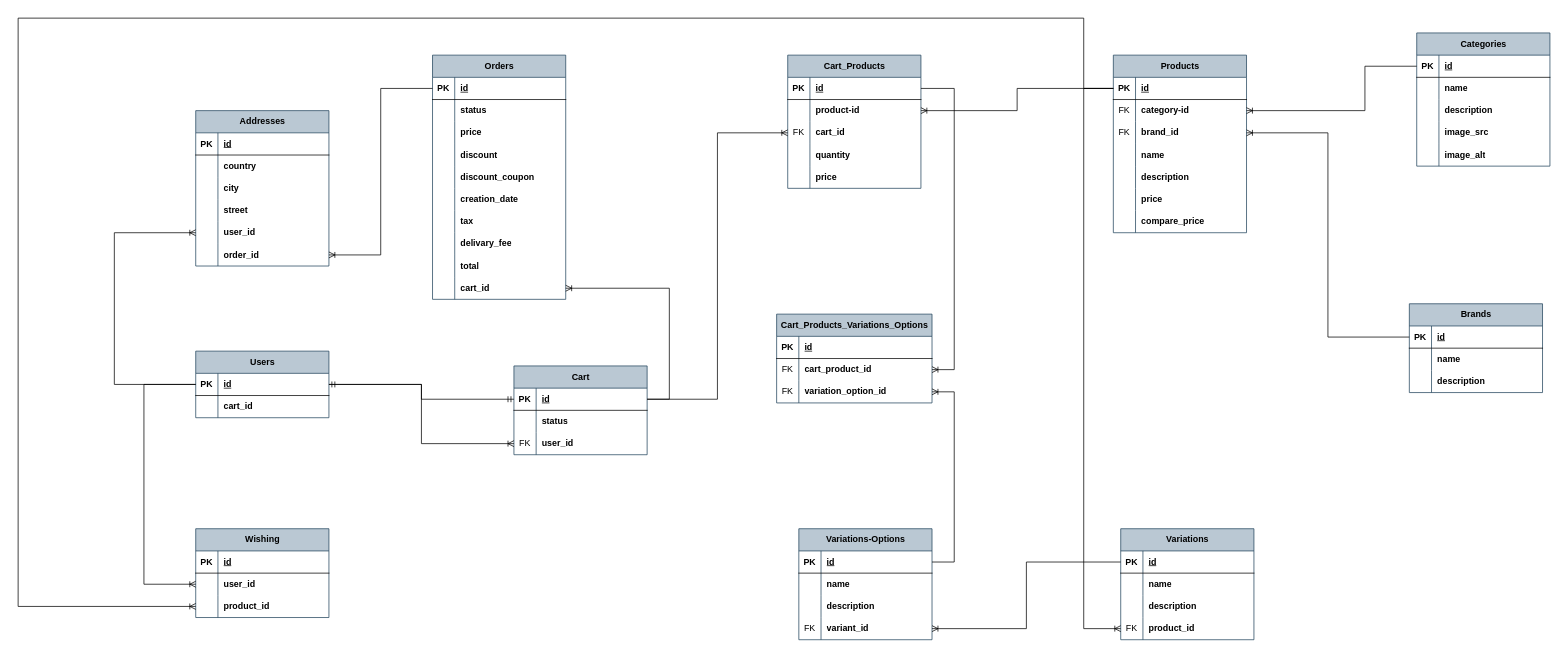
The draw.io diagram ecommerce-tap.drawio in ShahdKhader/shahd-kkhader-e-commerce-tap, before the edit. Source tidied: cells renumbered, new cells numbered last; positions are measured from the earlier drawing's top-left corner, leaving out a move shared by most shapes. Both pictures are drawn from the tidied source at 74%, with x=0, y=0 at pixel (18, 18).
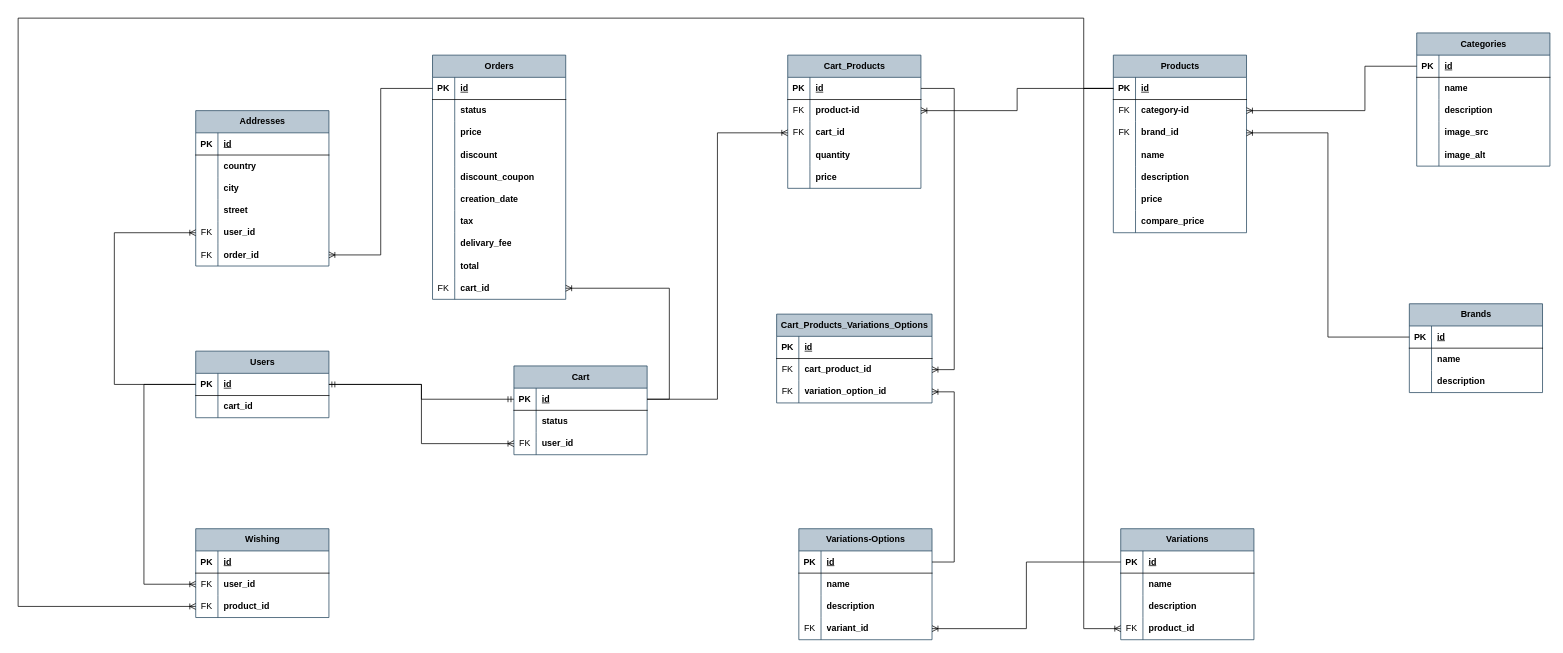
The same diagram, later.

Unchanged cells that the change refers to:
```xml
<mxCell id="28" style="shape=tableRow;horizontal=0;startSize=0;swimlaneHead=0;swimlaneBody=0;fillColor=none;points=[[0,0.5],[1,0.5]];portConstraint=eastwest;top=0;left=0;right=0;bottom=0;fontStyle=1;" parent="24" vertex="1">
  <mxGeometry y="60" width="180" height="30" as="geometry" />
</mxCell>
<mxCell id="104" style="shape=tableRow;horizontal=0;startSize=0;swimlaneHead=0;swimlaneBody=0;fillColor=none;points=[[0,0.5],[1,0.5]];portConstraint=eastwest;top=0;left=0;right=0;bottom=0;" parent="76" vertex="1">
  <mxGeometry y="300" width="180" height="30" as="geometry" />
</mxCell>
<mxCell id="137" style="shape=tableRow;horizontal=0;startSize=0;swimlaneHead=0;swimlaneBody=0;fillColor=none;points=[[0,0.5],[1,0.5]];portConstraint=eastwest;top=0;left=0;right=0;bottom=0;" parent="124" vertex="1">
  <mxGeometry y="150" width="180" height="30" as="geometry" />
</mxCell>
<mxCell id="140" style="shape=tableRow;horizontal=0;startSize=0;swimlaneHead=0;swimlaneBody=0;fillColor=none;points=[[0,0.5],[1,0.5]];portConstraint=eastwest;top=0;left=0;right=0;bottom=0;" parent="124" vertex="1">
  <mxGeometry y="180" width="180" height="30" as="geometry" />
</mxCell>
<mxCell id="147" style="shape=tableRow;horizontal=0;startSize=0;swimlaneHead=0;swimlaneBody=0;fillColor=none;points=[[0,0.5],[1,0.5]];portConstraint=eastwest;top=0;left=0;right=0;bottom=0;fontStyle=1;" parent="143" vertex="1">
  <mxGeometry y="60" width="180" height="30" as="geometry" />
</mxCell>
<mxCell id="150" style="shape=tableRow;horizontal=0;startSize=0;swimlaneHead=0;swimlaneBody=0;fillColor=none;points=[[0,0.5],[1,0.5]];portConstraint=eastwest;top=0;left=0;right=0;bottom=0;" parent="143" vertex="1">
  <mxGeometry y="90" width="180" height="30" as="geometry" />
</mxCell>
```

Diff of the diagram source:
```diff
@@
-    <mxCell id="29" style="shape=partialRectangle;fillColor=none;top=0;left=0;bottom=0;right=0;overflow=hidden;whiteSpace=wrap;html=1;" parent="28" vertex="1">
+    <mxCell id="29" value="FK" style="shape=partialRectangle;fillColor=none;top=0;left=0;bottom=0;right=0;overflow=hidden;whiteSpace=wrap;html=1;" parent="28" vertex="1">
       <mxGeometry width="30" height="30" as="geometry" />
     </mxCell>
@@
-    <mxCell id="105" style="shape=partialRectangle;fillColor=none;top=0;left=0;bottom=0;right=0;overflow=hidden;whiteSpace=wrap;html=1;" parent="104" vertex="1">
+    <mxCell id="105" value="FK" style="shape=partialRectangle;fillColor=none;top=0;left=0;bottom=0;right=0;overflow=hidden;whiteSpace=wrap;html=1;" parent="104" vertex="1">
       <mxGeometry width="30" height="30" as="geometry" />
     </mxCell>
@@
-    <mxCell id="138" style="shape=partialRectangle;fillColor=none;top=0;left=0;bottom=0;right=0;overflow=hidden;whiteSpace=wrap;html=1;" parent="137" vertex="1">
+    <mxCell id="138" value="FK" style="shape=partialRectangle;fillColor=none;top=0;left=0;bottom=0;right=0;overflow=hidden;whiteSpace=wrap;html=1;" parent="137" vertex="1">
       <mxGeometry width="30" height="30" as="geometry" />
     </mxCell>
@@
-    <mxCell id="141" style="shape=partialRectangle;fillColor=none;top=0;left=0;bottom=0;right=0;overflow=hidden;whiteSpace=wrap;html=1;" parent="140" vertex="1">
+    <mxCell id="141" value="FK" style="shape=partialRectangle;fillColor=none;top=0;left=0;bottom=0;right=0;overflow=hidden;whiteSpace=wrap;html=1;" parent="140" vertex="1">
       <mxGeometry width="30" height="30" as="geometry" />
     </mxCell>
@@
-    <mxCell id="148" style="shape=partialRectangle;fillColor=none;top=0;left=0;bottom=0;right=0;overflow=hidden;whiteSpace=wrap;html=1;" parent="147" vertex="1">
+    <mxCell id="148" value="FK" style="shape=partialRectangle;fillColor=none;top=0;left=0;bottom=0;right=0;overflow=hidden;whiteSpace=wrap;html=1;" parent="147" vertex="1">
       <mxGeometry width="30" height="30" as="geometry" />
     </mxCell>
@@
-    <mxCell id="151" style="shape=partialRectangle;fillColor=none;top=0;left=0;bottom=0;right=0;overflow=hidden;whiteSpace=wrap;html=1;" parent="150" vertex="1">
+    <mxCell id="151" value="FK" style="shape=partialRectangle;fillColor=none;top=0;left=0;bottom=0;right=0;overflow=hidden;whiteSpace=wrap;html=1;" parent="150" vertex="1">
       <mxGeometry width="30" height="30" as="geometry" />
     </mxCell>
```
